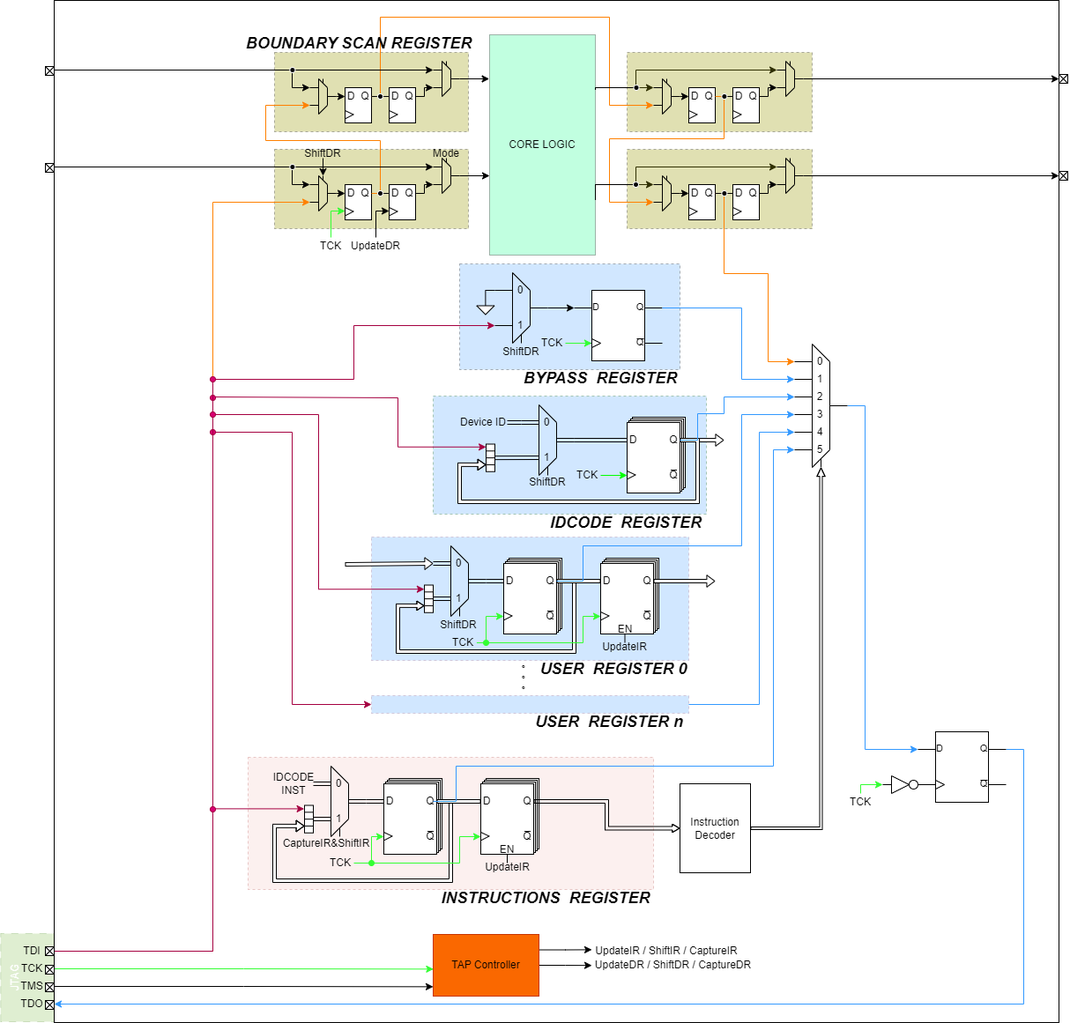
The draw.io diagram _posts/JTAG协议与硬件实现/JTAG_Arch.png in Verdvana/Verdvana.github.io, before a commit. Source tidied: cells renumbered, new cells last; positions are measured from the earlier drawing's top-left corner, leaving out a move shared by most shapes.
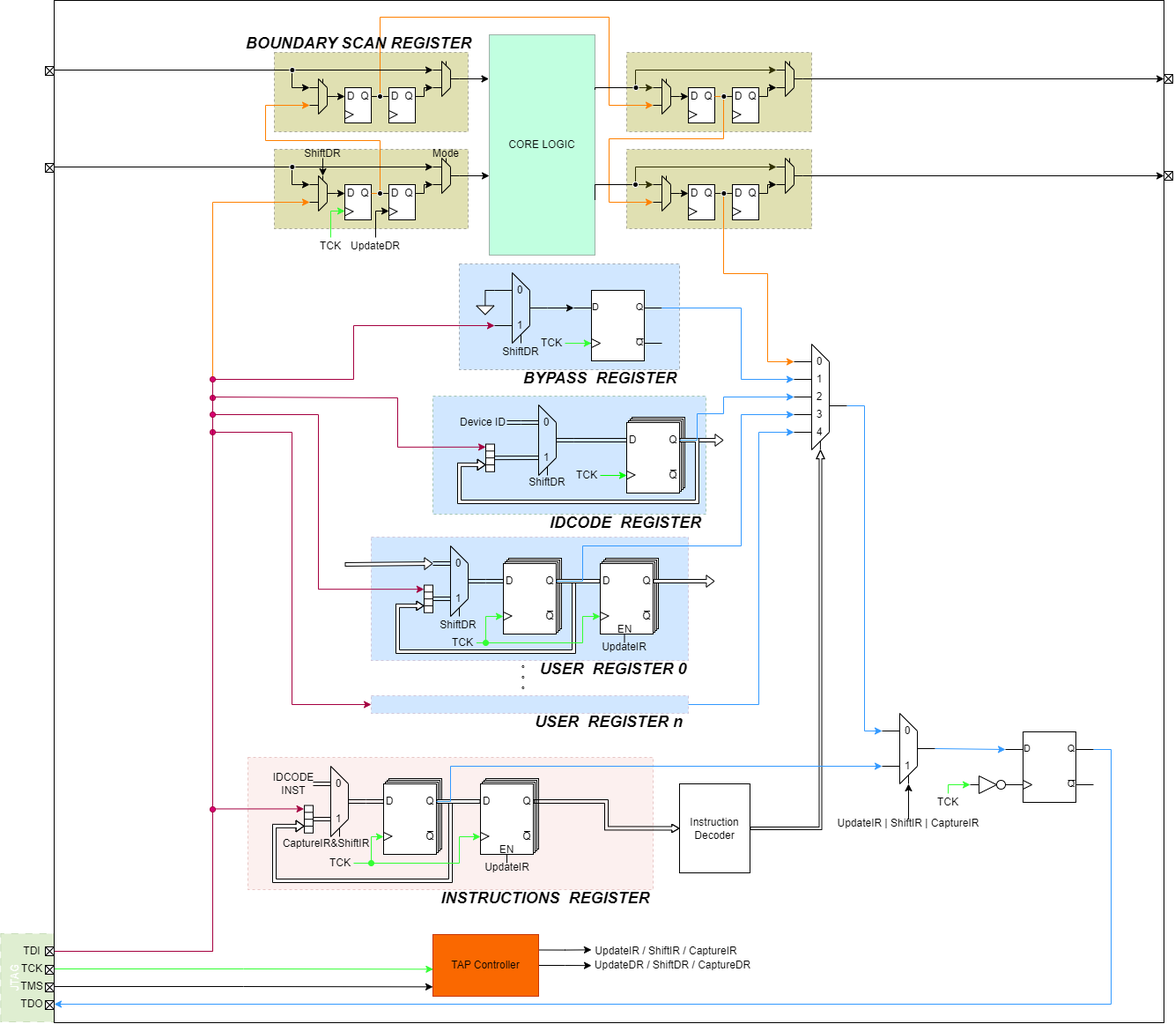
After the change.

What changed in the source:
```diff
@@ -6,7 +6,7 @@
       <mxGeometry x="-0.4" y="1078.6" width="100" height="60.8" as="geometry" />
     </mxCell>
     <mxCell id="3" style="rounded=0;whiteSpace=wrap;html=1;fillColor=default;" parent="1" vertex="1">
-      <mxGeometry x="80" width="1140" height="1160" as="geometry" />
+      <mxGeometry x="80" width="1260" height="1160" as="geometry" />
     </mxCell>
     <mxCell id="4" style="rounded=0;whiteSpace=wrap;html=1;fillColor=#999900;dashed=1;opacity=30;" parent="1" vertex="1">
       <mxGeometry x="330" y="59" width="220" height="90" as="geometry" />
@@ -594,14 +594,6 @@
     <mxCell id="143" style="rounded=0;whiteSpace=wrap;html=1;fillColor=#66B2FF;dashed=1;gradientColor=none;strokeColor=#996185;opacity=30;" parent="1" vertex="1">
       <mxGeometry x="440" y="789" width="360" height="20" as="geometry" />
     </mxCell>
-    <mxCell id="144" style="edgeStyle=orthogonalEdgeStyle;rounded=0;jettySize=auto;html=1;exitX=1;exitY=0.5;exitDx=0;exitDy=0;exitPerimeter=0;entryX=0;entryY=0.25;entryDx=0;entryDy=0;fillColor=#0050ef;strokeColor=#3399FF;entryPerimeter=0;" parent="1" edge="1" source="369" target="160">
-      <mxGeometry relative="1" as="geometry">
-        <Array as="points">
-          <mxPoint x="1000" y="460" />
-          <mxPoint x="1000" y="850" />
-        </Array>
-      </mxGeometry>
-    </mxCell>
     <mxCell id="145" style="edgeStyle=orthogonalEdgeStyle;rounded=0;jettySize=auto;html=1;entryX=0;entryY=0.75;entryDx=0;entryDy=0;fillColor=#d80073;strokeColor=#A50040;" parent="1" edge="1" target="38">
       <mxGeometry relative="1" as="geometry">
         <mxPoint x="260" y="430" as="sourcePoint" />
@@ -652,8 +644,9 @@
       <mxGeometry relative="1" as="geometry">
         <mxPoint x="80" y="1139" as="targetPoint" />
         <Array as="points">
-          <mxPoint x="1180" y="850" />
-          <mxPoint x="1180" y="1139" />
+          <mxPoint x="1260" y="850" />
+          <mxPoint x="1280" y="850" />
+          <mxPoint x="1280" y="1139" />
         </Array>
       </mxGeometry>
     </mxCell>
@@ -702,22 +695,11 @@
         </Array>
       </mxGeometry>
     </mxCell>
-    <mxCell id="159" style="edgeStyle=orthogonalEdgeStyle;rounded=0;jettySize=auto;html=1;exitX=1;exitY=0.5;exitDx=0;exitDy=0;entryX=0;entryY=0;entryDx=0;entryDy=120;fillColor=#0050ef;strokeColor=#3399FF;entryPerimeter=0;" parent="1" edge="1" target="369">
-      <mxGeometry relative="1" as="geometry">
-        <mxPoint x="510" y="909" as="sourcePoint" />
-        <Array as="points">
-          <mxPoint x="536" y="909" />
-          <mxPoint x="536" y="869" />
-          <mxPoint x="896" y="869" />
-          <mxPoint x="896" y="510" />
-        </Array>
-      </mxGeometry>
-    </mxCell>
     <mxCell id="160" style="verticalLabelPosition=bottom;shadow=0;dashed=0;align=center;html=1;verticalAlign=top;shape=mxgraph.electrical.logic_gates.d_type_flip-flop;" parent="1" vertex="1">
-      <mxGeometry x="1060" y="830" width="100" height="80" as="geometry" />
+      <mxGeometry x="1160" y="830" width="100" height="80" as="geometry" />
     </mxCell>
     <mxCell id="161" style="group;" parent="1" vertex="1">
-      <mxGeometry x="1020" y="880" width="40" height="20" as="geometry" />
+      <mxGeometry x="1120" y="880" width="40" height="20" as="geometry" />
     </mxCell>
     <mxCell id="162" style="edgeStyle=none;orthogonalLoop=1;jettySize=auto;html=1;rounded=0;endArrow=none;endFill=0;" parent="161" edge="1">
       <mxGeometry relative="1" as="geometry">
@@ -1541,8 +1523,10 @@
     <mxCell id="323" value="Mode" style="text;strokeColor=none;align=center;fillColor=none;html=1;verticalAlign=middle;whiteSpace=wrap;rounded=0;" parent="1" vertex="1">
       <mxGeometry x="510" y="169" width="30" height="10" as="geometry" />
     </mxCell>
-    <mxCell id="324" style="edgeStyle=orthogonalEdgeStyle;rounded=0;jettySize=auto;html=1;exitX=1;exitY=0.5;exitDx=0;exitDy=0;shape=flexArrow;width=3;endWidth=5.161290322580645;endSize=2.868817204301075;fillColor=default;entryX=0.5;entryY=1;entryDx=0;entryDy=0;entryPerimeter=0;" parent="1" edge="1" source="170" target="369">
-      <mxGeometry relative="1" as="geometry" />
+    <mxCell id="324" style="edgeStyle=orthogonalEdgeStyle;rounded=0;jettySize=auto;html=1;exitX=1;exitY=0.5;exitDx=0;exitDy=0;shape=flexArrow;width=3;endWidth=5.161290322580645;endSize=2.868817204301075;fillColor=default;" parent="1" edge="1" source="170">
+      <mxGeometry relative="1" as="geometry">
+        <mxPoint x="950" y="510" as="targetPoint" />
+      </mxGeometry>
     </mxCell>
     <mxCell id="325" style="edgeStyle=orthogonalEdgeStyle;rounded=0;jettySize=auto;html=1;exitX=1;exitY=0.5;exitDx=0;exitDy=0;endArrow=none;endFill=0;fillColor=#008a00;strokeColor=#33FF33;" parent="1" edge="1" source="326">
       <mxGeometry relative="1" as="geometry">
@@ -1646,12 +1630,12 @@
     <mxCell id="350" style="edgeStyle=orthogonalEdgeStyle;rounded=0;jettySize=auto;html=1;exitX=0.5;exitY=0;exitDx=0;exitDy=0;entryX=0;entryY=0.5;entryDx=0;entryDy=0;fillColor=#008a00;strokeColor=#33FF33;" parent="1" edge="1" source="351" target="161">
       <mxGeometry relative="1" as="geometry">
         <Array as="points">
-          <mxPoint x="995" y="890" />
+          <mxPoint x="1095" y="890" />
         </Array>
       </mxGeometry>
     </mxCell>
     <mxCell id="351" value="TCK" style="text;strokeColor=none;align=center;fillColor=none;html=1;verticalAlign=middle;whiteSpace=wrap;rounded=0;" parent="1" vertex="1">
-      <mxGeometry x="980" y="900" width="30" height="20" as="geometry" />
+      <mxGeometry x="1080" y="900" width="30" height="20" as="geometry" />
     </mxCell>
     <mxCell id="352" value="。。。" style="text;strokeColor=none;align=center;fillColor=none;html=1;verticalAlign=middle;whiteSpace=wrap;rounded=0;rotation=-90;" parent="1" vertex="1">
       <mxGeometry x="579.4" y="749" width="60" height="30" as="geometry" />
@@ -1716,24 +1700,27 @@
     <mxCell id="368" style="ellipse;whiteSpace=wrap;html=1;fillColor=#d80073;fontColor=#ffffff;strokeColor=#A50040;" parent="1" vertex="1">
       <mxGeometry x="257" y="915" width="6" height="6" as="geometry" />
     </mxCell>
+    <mxCell id="445" style="edgeStyle=orthogonalEdgeStyle;html=1;exitX=1;exitY=0.5;exitDx=0;exitDy=0;exitPerimeter=0;entryX=0;entryY=0.25;entryDx=0;entryDy=0;rounded=0;strokeColor=#3399FF;" parent="1" edge="1" source="369" target="447">
+      <mxGeometry relative="1" as="geometry" />
+    </mxCell>
     <mxCell id="369" style="group;points=[[0,0,0,0,0],[0,0,0,0,20],[0,0,0,0,40],[0,0,0,0,60],[0,0,0,0,80],[0,0,0,0,100],[0,0,0,0,120],[0,1,0,0,0],[0.5,1,0,0,0],[1,0.5,0,0,0]];" parent="1" vertex="1">
       <mxGeometry x="920" y="390" width="60" height="140" as="geometry" />
     </mxCell>
     <mxCell id="370" style="edgeStyle=none;orthogonalLoop=1;jettySize=auto;html=1;rounded=0;endArrow=none;endFill=0;" parent="369" edge="1">
       <mxGeometry relative="1" as="geometry">
-        <mxPoint x="30" y="140" as="sourcePoint" />
-        <mxPoint x="30" y="130" as="targetPoint" />
+        <mxPoint x="29.9" y="120" as="sourcePoint" />
+        <mxPoint x="29.9" y="110" as="targetPoint" />
       </mxGeometry>
     </mxCell>
     <mxCell id="371" style="edgeStyle=none;orthogonalLoop=1;jettySize=auto;html=1;rounded=0;endArrow=none;endFill=0;" parent="369" edge="1">
       <mxGeometry relative="1" as="geometry">
-        <mxPoint x="20" y="140" as="sourcePoint" />
+        <mxPoint x="20" y="120" as="sourcePoint" />
         <mxPoint x="20" as="targetPoint" />
       </mxGeometry>
     </mxCell>
     <mxCell id="372" style="edgeStyle=none;orthogonalLoop=1;jettySize=auto;html=1;rounded=0;endArrow=none;endFill=0;" parent="369" edge="1">
       <mxGeometry relative="1" as="geometry">
-        <mxPoint x="40" y="120" as="sourcePoint" />
+        <mxPoint x="40" y="100" as="sourcePoint" />
         <mxPoint x="40" y="20" as="targetPoint" />
       </mxGeometry>
     </mxCell>
@@ -1796,19 +1783,10 @@
     </mxCell>
     <mxCell id="385" style="edgeStyle=none;orthogonalLoop=1;jettySize=auto;html=1;rounded=0;endArrow=none;endFill=0;" parent="369" edge="1">
       <mxGeometry relative="1" as="geometry">
-        <mxPoint x="40" y="120" as="sourcePoint" />
-        <mxPoint x="20" y="140" as="targetPoint" />
+        <mxPoint x="40" y="100" as="sourcePoint" />
+        <mxPoint x="20" y="120" as="targetPoint" />
       </mxGeometry>
     </mxCell>
-    <mxCell id="386" value="5" style="text;strokeColor=none;align=center;fillColor=none;html=1;verticalAlign=middle;whiteSpace=wrap;rounded=0;" parent="369" vertex="1">
-      <mxGeometry x="24" y="110" width="10" height="20" as="geometry" />
-    </mxCell>
-    <mxCell id="387" style="edgeStyle=none;orthogonalLoop=1;jettySize=auto;html=1;rounded=0;endArrow=none;endFill=0;" parent="369" edge="1">
-      <mxGeometry relative="1" as="geometry">
-        <mxPoint x="20" y="120" as="sourcePoint" />
-        <mxPoint y="120" as="targetPoint" />
-      </mxGeometry>
-    </mxCell>
     <mxCell id="388" value="TCK" style="text;strokeColor=none;align=center;fillColor=none;html=1;verticalAlign=middle;whiteSpace=wrap;rounded=0;" parent="1" vertex="1">
       <mxGeometry x="40" y="1089" width="30" height="20" as="geometry" />
     </mxCell>
@@ -1894,7 +1872,7 @@
       <mxGeometry relative="1" as="geometry" />
     </mxCell>
     <mxCell id="416" style="group;" parent="1" vertex="1">
-      <mxGeometry x="1220" y="84" width="10" height="10" as="geometry" />
+      <mxGeometry x="1340" y="84" width="10" height="10" as="geometry" />
     </mxCell>
     <mxCell id="417" style="whiteSpace=wrap;html=1;" parent="416" vertex="1">
       <mxGeometry width="10" height="10" as="geometry" />
@@ -1906,7 +1884,7 @@
       <mxGeometry relative="1" as="geometry" />
     </mxCell>
     <mxCell id="420" style="group;" parent="1" vertex="1">
-      <mxGeometry x="1220" y="194" width="10" height="10" as="geometry" />
+      <mxGeometry x="1340" y="194" width="10" height="10" as="geometry" />
     </mxCell>
     <mxCell id="421" style="whiteSpace=wrap;html=1;" parent="420" vertex="1">
       <mxGeometry width="10" height="10" as="geometry" />
@@ -1999,5 +1977,79 @@
     <mxCell id="444" style="ellipse;whiteSpace=wrap;html=1;strokeColor=#33FF33;fillColor=#33FF33;" parent="1" vertex="1">
       <mxGeometry x="437" y="976" width="6" height="6" as="geometry" />
     </mxCell>
+    <mxCell id="446" style="edgeStyle=none;html=1;exitX=1;exitY=0.5;exitDx=0;exitDy=0;entryX=0;entryY=0.25;entryDx=0;entryDy=0;entryPerimeter=0;strokeColor=#3399FF;" parent="1" edge="1" source="447" target="160">
+      <mxGeometry relative="1" as="geometry" />
+    </mxCell>
+    <mxCell id="447" style="group;" parent="1" vertex="1">
+      <mxGeometry x="1020" y="809" width="60" height="80" as="geometry" />
+    </mxCell>
+    <mxCell id="448" style="edgeStyle=none;orthogonalLoop=1;jettySize=auto;html=1;rounded=0;endArrow=none;endFill=0;" parent="447" edge="1">
+      <mxGeometry relative="1" as="geometry">
+        <mxPoint x="20" y="80" as="sourcePoint" />
+        <mxPoint x="20" as="targetPoint" />
+      </mxGeometry>
+    </mxCell>
+    <mxCell id="449" style="edgeStyle=none;orthogonalLoop=1;jettySize=auto;html=1;rounded=0;endArrow=none;endFill=0;" parent="447" edge="1">
+      <mxGeometry relative="1" as="geometry">
+        <mxPoint x="40" y="60" as="sourcePoint" />
+        <mxPoint x="40" y="20" as="targetPoint" />
+      </mxGeometry>
+    </mxCell>
+    <mxCell id="450" style="edgeStyle=none;orthogonalLoop=1;jettySize=auto;html=1;rounded=0;endArrow=none;endFill=0;" parent="447" edge="1">
+      <mxGeometry relative="1" as="geometry">
+        <mxPoint x="60" y="40" as="sourcePoint" />
+        <mxPoint x="40" y="40" as="targetPoint" />
+      </mxGeometry>
+    </mxCell>
+    <mxCell id="451" style="edgeStyle=none;orthogonalLoop=1;jettySize=auto;html=1;rounded=0;endArrow=none;endFill=0;" parent="447" edge="1">
+      <mxGeometry relative="1" as="geometry">
+        <mxPoint x="20" y="20" as="sourcePoint" />
+        <mxPoint y="20" as="targetPoint" />
+      </mxGeometry>
+    </mxCell>
+    <mxCell id="452" style="edgeStyle=none;orthogonalLoop=1;jettySize=auto;html=1;rounded=0;endArrow=none;endFill=0;" parent="447" edge="1">
+      <mxGeometry relative="1" as="geometry">
+        <mxPoint x="20" y="60" as="sourcePoint" />
+        <mxPoint y="60" as="targetPoint" />
+      </mxGeometry>
+    </mxCell>
+    <mxCell id="453" style="edgeStyle=none;orthogonalLoop=1;jettySize=auto;html=1;rounded=0;endArrow=none;endFill=0;" parent="447" edge="1">
+      <mxGeometry relative="1" as="geometry">
+        <mxPoint x="40" y="20" as="sourcePoint" />
+        <mxPoint x="20" as="targetPoint" />
+      </mxGeometry>
+    </mxCell>
+    <mxCell id="454" style="edgeStyle=none;orthogonalLoop=1;jettySize=auto;html=1;rounded=0;endArrow=none;endFill=0;" parent="447" edge="1">
+      <mxGeometry relative="1" as="geometry">
+        <mxPoint x="40" y="60" as="sourcePoint" />
+        <mxPoint x="20" y="80" as="targetPoint" />
+      </mxGeometry>
+    </mxCell>
+    <mxCell id="455" style="edgeStyle=none;orthogonalLoop=1;jettySize=auto;html=1;rounded=0;endArrow=none;endFill=0;" parent="447" edge="1">
+      <mxGeometry relative="1" as="geometry">
+        <mxPoint x="30" y="80" as="sourcePoint" />
+        <mxPoint x="30" y="70" as="targetPoint" />
+      </mxGeometry>
+    </mxCell>
+    <mxCell id="456" value="0" style="text;strokeColor=none;align=center;fillColor=none;html=1;verticalAlign=middle;whiteSpace=wrap;rounded=0;" parent="447" vertex="1">
+      <mxGeometry x="24" y="10" width="10" height="20" as="geometry" />
+    </mxCell>
+    <mxCell id="457" value="1" style="text;strokeColor=none;align=center;fillColor=none;html=1;verticalAlign=middle;whiteSpace=wrap;rounded=0;" parent="447" vertex="1">
+      <mxGeometry x="24" y="50" width="10" height="20" as="geometry" />
+    </mxCell>
+    <mxCell id="458" style="edgeStyle=orthogonalEdgeStyle;rounded=0;html=1;exitX=1;exitY=0.5;exitDx=0;exitDy=0;entryX=0;entryY=0.75;entryDx=0;entryDy=0;strokeColor=#3399FF;" parent="1" edge="1" source="66" target="447">
+      <mxGeometry relative="1" as="geometry">
+        <Array as="points">
+          <mxPoint x="530" y="909" />
+          <mxPoint x="530" y="869" />
+        </Array>
+      </mxGeometry>
+    </mxCell>
+    <mxCell id="459" style="edgeStyle=orthogonalEdgeStyle;rounded=0;html=1;exitX=0.5;exitY=0;exitDx=0;exitDy=0;entryX=0.5;entryY=1;entryDx=0;entryDy=0;" parent="1" edge="1" source="460" target="447">
+      <mxGeometry relative="1" as="geometry" />
+    </mxCell>
+    <mxCell id="460" value="UpdateIR | ShiftIR | CaptureIR" style="text;strokeColor=none;align=center;fillColor=none;html=1;verticalAlign=middle;whiteSpace=wrap;rounded=0;" parent="1" vertex="1">
+      <mxGeometry x="965" y="929" width="170" height="10" as="geometry" />
+    </mxCell>
   </root>
 </mxGraphModel>
```
